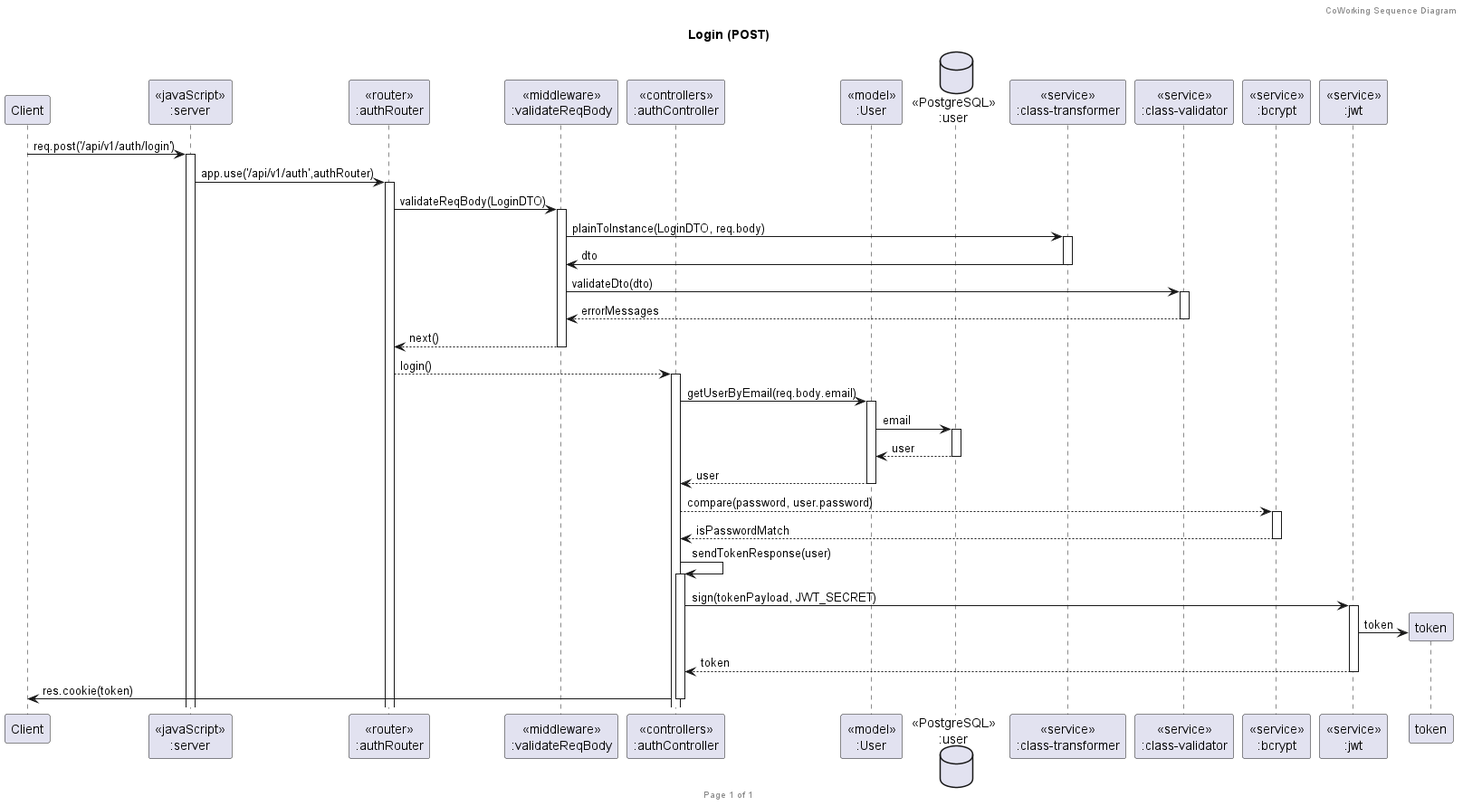
The PlantUML diagram diagrams/auth/login/Login (POST).png in TeaChanathip/SwDev-Project, before a commit.
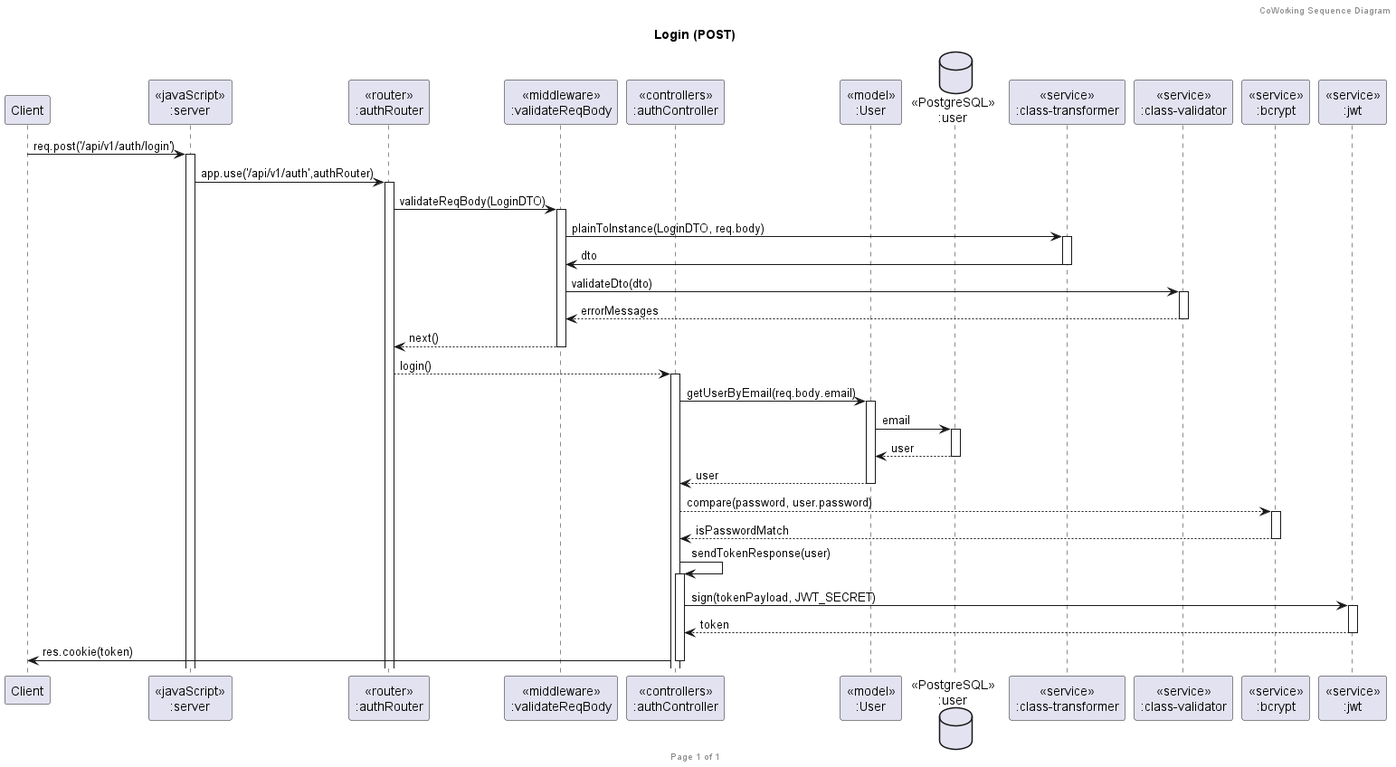
The same diagram one commit later.

Change to the diagram source:
```diff
@@ -37,7 +37,6 @@
 bcrypt --> authController --: isPasswordMatch
 authController -> authController ++: sendTokenResponse(user)
 authController -> jwt ++: sign(tokenPayload, JWT_SECRET)
-token <- jwt **: token
 jwt --> authController --: token
 authController -> client --: res.cookie(token)
 
```
